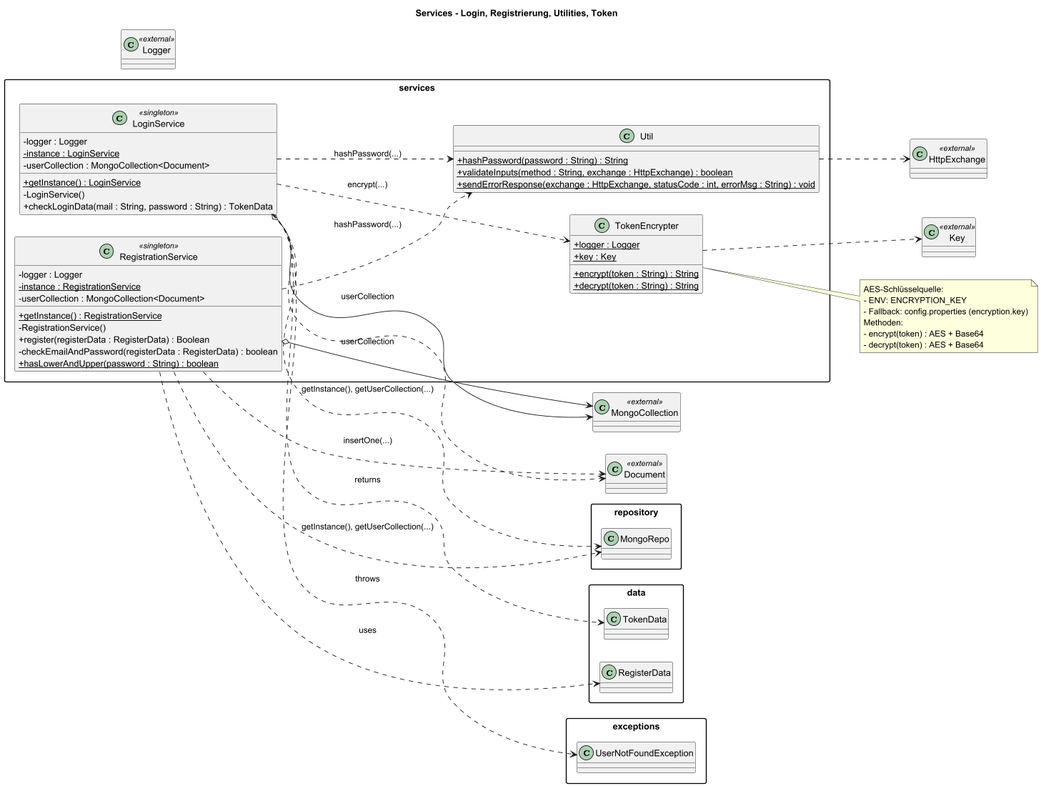
Above: backend/src/main/resources/documentation/diagrams/03_services-Services___Login__Registrierung__Utilities__Token.png in Princeps119/Princeps119-BFK_J3_Snake (PlantUML), before the change.
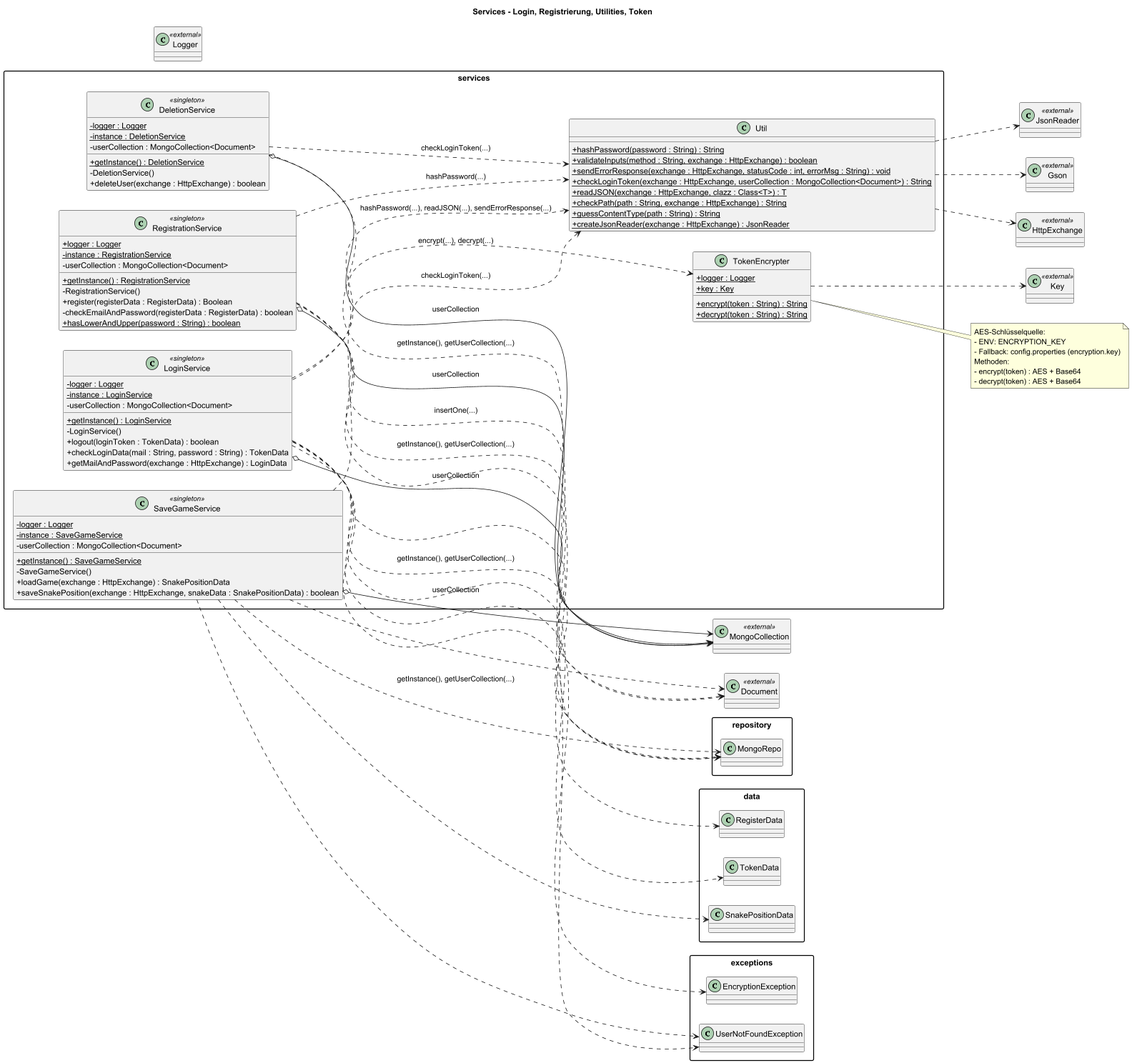
The same diagram one commit later.

Diff of the diagram source:
```diff
@@ -9,19 +9,23 @@
 class MongoCollection <<external>>
 class Document <<external>>
 class Logger <<external>>
+class JsonReader <<external>>
+class Gson <<external>>
 
 package "services" {
   class LoginService <<singleton>> {
-    - logger : Logger
+    - {static} logger : Logger
     - {static} instance : LoginService
     - userCollection : MongoCollection<Document>
     + {static} getInstance() : LoginService
     - LoginService()
+    + logout(loginToken : TokenData) : boolean
     + checkLoginData(mail : String, password : String) : TokenData
+    + getMailAndPassword(exchange : HttpExchange) : LoginData
   }
 
   class RegistrationService <<singleton>> {
-    - logger : Logger
+    + {static} logger : Logger
     - {static} instance : RegistrationService
     - userCollection : MongoCollection<Document>
     + {static} getInstance() : RegistrationService
@@ -31,10 +35,25 @@
     + {static} hasLowerAndUpper(password : String) : boolean
   }
 
+  class SaveGameService <<singleton>> {
+    - {static} logger : Logger
+    - {static} instance : SaveGameService
+    - userCollection : MongoCollection<Document>
+    + {static} getInstance() : SaveGameService
+    - SaveGameService()
+    + loadGame(exchange : HttpExchange) : SnakePositionData
+    + saveSnakePosition(exchange : HttpExchange, snakeData : SnakePositionData) : boolean
+  }
+
   class Util {
     + {static} hashPassword(password : String) : String
     + {static} validateInputs(method : String, exchange : HttpExchange) : boolean
     + {static} sendErrorResponse(exchange : HttpExchange, statusCode : int, errorMsg : String) : void
+    + {static} checkLoginToken(exchange : HttpExchange, userCollection : MongoCollection<Document>) : String
+    + {static} readJSON(exchange : HttpExchange, clazz : Class<T>) : T
+    + {static} checkPath(path : String, exchange : HttpExchange) : String
+    + {static} guessContentType(path : String) : String
+    + {static} createJsonReader(exchange : HttpExchange) : JsonReader
   }
 
   class TokenEncrypter {
@@ -43,23 +62,45 @@
     + {static} encrypt(token : String) : String
     + {static} decrypt(token : String) : String
   }
+  class DeletionService <<singleton>> {
+    - {static} logger : Logger
+    - {static} instance : DeletionService
+    - userCollection : MongoCollection<Document>
+    + {static} getInstance() : DeletionService
+    - DeletionService()
+    + deleteUser(exchange : HttpExchange) : boolean
+  }
 }
 
 LoginService ..> repository.MongoRepo : getInstance(), getUserCollection(...)
 LoginService o--> MongoCollection : userCollection
 LoginService ..> Document
-LoginService ..> services.Util : hashPassword(...)
-LoginService ..> services.TokenEncrypter : encrypt(...)
-LoginService ..> data.TokenData : returns
-LoginService ..> exceptions.UserNotFoundException : throws
+LoginService ..> services.Util : hashPassword(...), readJSON(...), sendErrorResponse(...)
+LoginService ..> services.TokenEncrypter : encrypt(...), decrypt(...)
+LoginService ..> data.TokenData
+LoginService ..> exceptions.UserNotFoundException
+LoginService ..> exceptions.EncryptionException
 
 RegistrationService ..> repository.MongoRepo : getInstance(), getUserCollection(...)
 RegistrationService o--> MongoCollection : userCollection
 RegistrationService ..> Document : insertOne(...)
 RegistrationService ..> services.Util : hashPassword(...)
-RegistrationService ..> data.RegisterData : uses
+RegistrationService ..> data.RegisterData
+
+SaveGameService ..> repository.MongoRepo : getInstance(), getUserCollection(...)
+SaveGameService o--> MongoCollection : userCollection
+SaveGameService ..> Document
+SaveGameService ..> services.Util : checkLoginToken(...)
+SaveGameService ..> data.SnakePositionData
+SaveGameService ..> exceptions.UserNotFoundException
+
+DeletionService ..> repository.MongoRepo : getInstance(), getUserCollection(...)
+DeletionService o--> MongoCollection : userCollection
+DeletionService ..> services.Util : checkLoginToken(...)
 
 Util ..> HttpExchange
+Util ..> JsonReader
+Util ..> Gson
 TokenEncrypter ..> Key
 
 note right of TokenEncrypter
```
